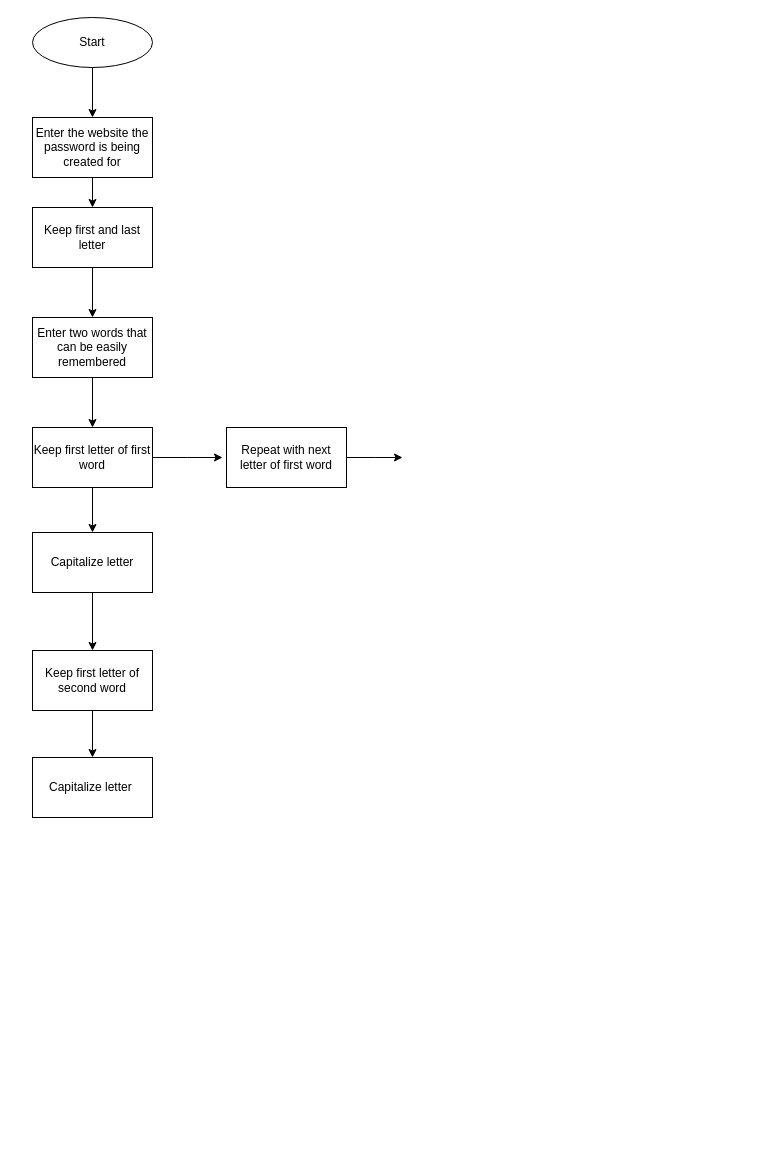
Above: Untitled Diagram.drawio in sharonllcj/CSflowchart (draw.io), before the change. Source tidied: cells renumbered, new cells numbered last; positions are measured from the earlier drawing's top-left corner, leaving out a move shared by most shapes. Both pictures are drawn from the tidied source at 100%, with x=0, y=0 at pixel (32, 17).
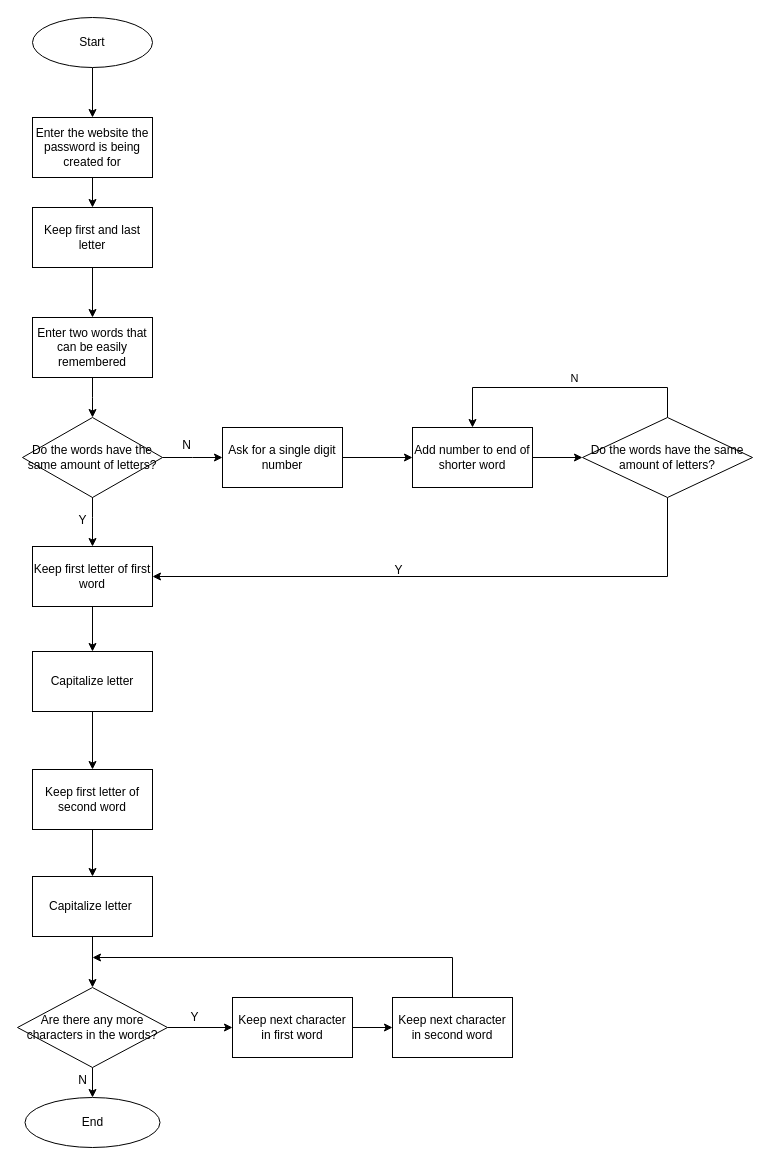
The same diagram, later.

Commit message:
password gen

The change refers to these unchanged cells:
```xml
<mxCell id="9" value="Enter two words that can be easily remembered" style="rounded=0;whiteSpace=wrap;html=1;" parent="1" vertex="1">
  <mxGeometry y="300" width="120" height="60" as="geometry" />
</mxCell>
```

What changed in the source:
```diff
@@
-    <mxCell id="8" style="edgeStyle=orthogonalEdgeStyle;rounded=0;jettySize=auto;html=1;entryX=0.5;entryY=0;entryDx=0;entryDy=0;" parent="1" edge="1" source="9" target="12">
-      <mxGeometry relative="1" as="geometry" />
+    <mxCell id="8" style="edgeStyle=orthogonalEdgeStyle;rounded=0;jettySize=auto;html=1;entryX=0.5;entryY=0;entryDx=0;entryDy=0;" parent="1" edge="1" target="12">
+      <mxGeometry relative="1" as="geometry">
+        <mxPoint x="60" y="479" as="sourcePoint" />
+        <Array as="points">
+          <mxPoint x="60" y="500" />
+          <mxPoint x="60" y="500" />
+        </Array>
+      </mxGeometry>
     </mxCell>
+    <mxCell id="20" style="edgeStyle=orthogonalEdgeStyle;rounded=0;jettySize=auto;html=1;" parent="1" edge="1" source="9">
+      <mxGeometry relative="1" as="geometry">
+        <mxPoint x="60" y="400" as="targetPoint" />
+      </mxGeometry>
+    </mxCell>
@@
-    <mxCell id="11" style="edgeStyle=orthogonalEdgeStyle;rounded=0;jettySize=auto;html=1;" parent="1" edge="1" source="12">
-      <mxGeometry relative="1" as="geometry">
-        <mxPoint x="190" y="440" as="targetPoint" />
-      </mxGeometry>
-    </mxCell>
     <mxCell id="12" value="Keep first letter of first word" style="rounded=0;whiteSpace=wrap;html=1;" parent="1" vertex="1">
-      <mxGeometry y="410" width="120" height="60" as="geometry" />
+      <mxGeometry y="529" width="120" height="60" as="geometry" />
     </mxCell>
@@
     <mxCell id="14" value="Capitalize letter" style="rounded=0;whiteSpace=wrap;html=1;" parent="1" vertex="1">
-      <mxGeometry y="515" width="120" height="60" as="geometry" />
+      <mxGeometry y="634" width="120" height="60" as="geometry" />
     </mxCell>
     <mxCell id="15" style="edgeStyle=orthogonalEdgeStyle;rounded=0;jettySize=auto;html=1;" parent="1" edge="1" source="16">
       <mxGeometry relative="1" as="geometry">
-        <mxPoint x="60" y="740" as="targetPoint" />
+        <mxPoint x="60" y="859" as="targetPoint" />
       </mxGeometry>
     </mxCell>
     <mxCell id="16" value="Keep first letter of second word" style="rounded=0;whiteSpace=wrap;html=1;" parent="1" vertex="1">
-      <mxGeometry y="633" width="120" height="60" as="geometry" />
+      <mxGeometry y="752" width="120" height="60" as="geometry" />
     </mxCell>
+    <mxCell id="21" style="edgeStyle=orthogonalEdgeStyle;rounded=0;jettySize=auto;html=1;" parent="1" edge="1" source="17">
+      <mxGeometry relative="1" as="geometry">
+        <mxPoint x="60" y="970" as="targetPoint" />
+      </mxGeometry>
+    </mxCell>
     <mxCell id="17" value="Capitalize letter&amp;nbsp;" style="rounded=0;whiteSpace=wrap;html=1;" parent="1" vertex="1">
-      <mxGeometry y="740" width="120" height="60" as="geometry" />
+      <mxGeometry y="859" width="120" height="60" as="geometry" />
     </mxCell>
-    <mxCell id="18" style="edgeStyle=orthogonalEdgeStyle;rounded=0;jettySize=auto;html=1;" parent="1" edge="1" source="19">
-      <mxGeometry relative="1" as="geometry">
-        <mxPoint x="370" y="440" as="targetPoint" />
-      </mxGeometry>
-    </mxCell>
-    <mxCell id="19" value="Repeat with next letter of first word" style="rounded=0;whiteSpace=wrap;html=1;" parent="1" vertex="1">
-      <mxGeometry x="194" y="410" width="120" height="60" as="geometry" />
-    </mxCell>
+    <mxCell id="22" style="edgeStyle=orthogonalEdgeStyle;rounded=0;jettySize=auto;html=1;" parent="1" edge="1" source="23">
+      <mxGeometry relative="1" as="geometry">
+        <mxPoint x="190" y="440" as="targetPoint" />
+      </mxGeometry>
+    </mxCell>
+    <mxCell id="23" value="Do the words have the same amount of letters?" style="rhombus;whiteSpace=wrap;html=1;" parent="1" vertex="1">
+      <mxGeometry x="-10" y="400" width="140" height="80" as="geometry" />
+    </mxCell>
+    <mxCell id="24" style="edgeStyle=orthogonalEdgeStyle;rounded=0;jettySize=auto;html=1;" parent="1" edge="1" source="25" target="27">
+      <mxGeometry relative="1" as="geometry" />
+    </mxCell>
+    <mxCell id="25" value="Ask for a single digit number" style="whiteSpace=wrap;html=1;" parent="1" vertex="1">
+      <mxGeometry x="190" y="410" width="120" height="60" as="geometry" />
+    </mxCell>
+    <mxCell id="26" style="edgeStyle=orthogonalEdgeStyle;rounded=0;jettySize=auto;html=1;" parent="1" edge="1" source="27" target="31">
+      <mxGeometry relative="1" as="geometry" />
+    </mxCell>
+    <mxCell id="27" value="Add number to end of shorter word" style="whiteSpace=wrap;html=1;" parent="1" vertex="1">
+      <mxGeometry x="380" y="410" width="120" height="60" as="geometry" />
+    </mxCell>
+    <mxCell id="28" style="edgeStyle=orthogonalEdgeStyle;rounded=0;jettySize=auto;html=1;entryX=0.5;entryY=0;entryDx=0;entryDy=0;" parent="1" edge="1" source="31" target="27">
+      <mxGeometry relative="1" as="geometry">
+        <Array as="points">
+          <mxPoint x="635" y="370" />
+          <mxPoint x="440" y="370" />
+        </Array>
+      </mxGeometry>
+    </mxCell>
+    <mxCell id="29" value="N" style="edgeLabel;html=1;align=center;verticalAlign=middle;" parent="28" vertex="1">
+      <mxGeometry x="0.03" y="2" relative="1" as="geometry">
+        <mxPoint x="12" y="-12" as="offset" />
+      </mxGeometry>
+    </mxCell>
+    <mxCell id="30" style="edgeStyle=orthogonalEdgeStyle;rounded=0;jettySize=auto;html=1;entryX=1;entryY=0.5;entryDx=0;entryDy=0;" parent="1" edge="1" source="31" target="12">
+      <mxGeometry relative="1" as="geometry">
+        <Array as="points">
+          <mxPoint x="635" y="559" />
+        </Array>
+      </mxGeometry>
+    </mxCell>
+    <mxCell id="31" value="Do the words have the same amount of letters?" style="rhombus;whiteSpace=wrap;html=1;" parent="1" vertex="1">
+      <mxGeometry x="550" y="400" width="170" height="80" as="geometry" />
+    </mxCell>
+    <mxCell id="32" value="Y" style="text;html=1;align=center;verticalAlign=middle;strokeColor=none;fillColor=none;" parent="1" vertex="1">
+      <mxGeometry x="351" y="538" width="30" height="30" as="geometry" />
+    </mxCell>
+    <mxCell id="33" style="edgeStyle=orthogonalEdgeStyle;rounded=0;jettySize=auto;html=1;" parent="1" edge="1" source="35">
+      <mxGeometry relative="1" as="geometry">
+        <mxPoint x="200" y="1010" as="targetPoint" />
+      </mxGeometry>
+    </mxCell>
+    <mxCell id="34" style="edgeStyle=orthogonalEdgeStyle;rounded=0;jettySize=auto;html=1;" parent="1" edge="1" source="35" target="41">
+      <mxGeometry relative="1" as="geometry" />
+    </mxCell>
+    <mxCell id="35" value="Are there any more characters in the words?" style="rhombus;whiteSpace=wrap;html=1;rounded=0;" parent="1" vertex="1">
+      <mxGeometry x="-15" y="970" width="150" height="80" as="geometry" />
+    </mxCell>
+    <mxCell id="36" style="edgeStyle=orthogonalEdgeStyle;rounded=0;jettySize=auto;html=1;" parent="1" edge="1" source="37" target="39">
+      <mxGeometry relative="1" as="geometry" />
+    </mxCell>
+    <mxCell id="37" value="Keep next character in first word" style="rounded=0;whiteSpace=wrap;html=1;" parent="1" vertex="1">
+      <mxGeometry x="200" y="980" width="120" height="60" as="geometry" />
+    </mxCell>
+    <mxCell id="38" style="edgeStyle=orthogonalEdgeStyle;rounded=0;jettySize=auto;html=1;" parent="1" edge="1" source="39">
+      <mxGeometry relative="1" as="geometry">
+        <mxPoint x="60" y="940" as="targetPoint" />
+        <Array as="points">
+          <mxPoint x="420" y="940" />
+        </Array>
+      </mxGeometry>
+    </mxCell>
+    <mxCell id="39" value="Keep next character in second word" style="rounded=0;whiteSpace=wrap;html=1;" parent="1" vertex="1">
+      <mxGeometry x="360" y="980" width="120" height="60" as="geometry" />
+    </mxCell>
+    <mxCell id="40" value="Y" style="text;html=1;align=center;verticalAlign=middle;strokeColor=none;fillColor=none;" parent="1" vertex="1">
+      <mxGeometry x="147" y="985" width="30" height="30" as="geometry" />
+    </mxCell>
+    <mxCell id="41" value="End" style="ellipse;whiteSpace=wrap;html=1;rounded=0;" parent="1" vertex="1">
+      <mxGeometry x="-7.5" y="1080" width="135" height="50" as="geometry" />
+    </mxCell>
+    <mxCell id="42" value="N" style="text;html=1;align=center;verticalAlign=middle;strokeColor=none;fillColor=none;" parent="1" vertex="1">
+      <mxGeometry x="35" y="1048" width="30" height="30" as="geometry" />
+    </mxCell>
+    <mxCell id="43" value="N" style="text;html=1;align=center;verticalAlign=middle;strokeColor=none;fillColor=none;" parent="1" vertex="1">
+      <mxGeometry x="139" y="413" width="30" height="30" as="geometry" />
+    </mxCell>
+    <mxCell id="44" value="Y" style="text;html=1;align=center;verticalAlign=middle;strokeColor=none;fillColor=none;" parent="1" vertex="1">
+      <mxGeometry x="35" y="488" width="30" height="30" as="geometry" />
+    </mxCell>
```
